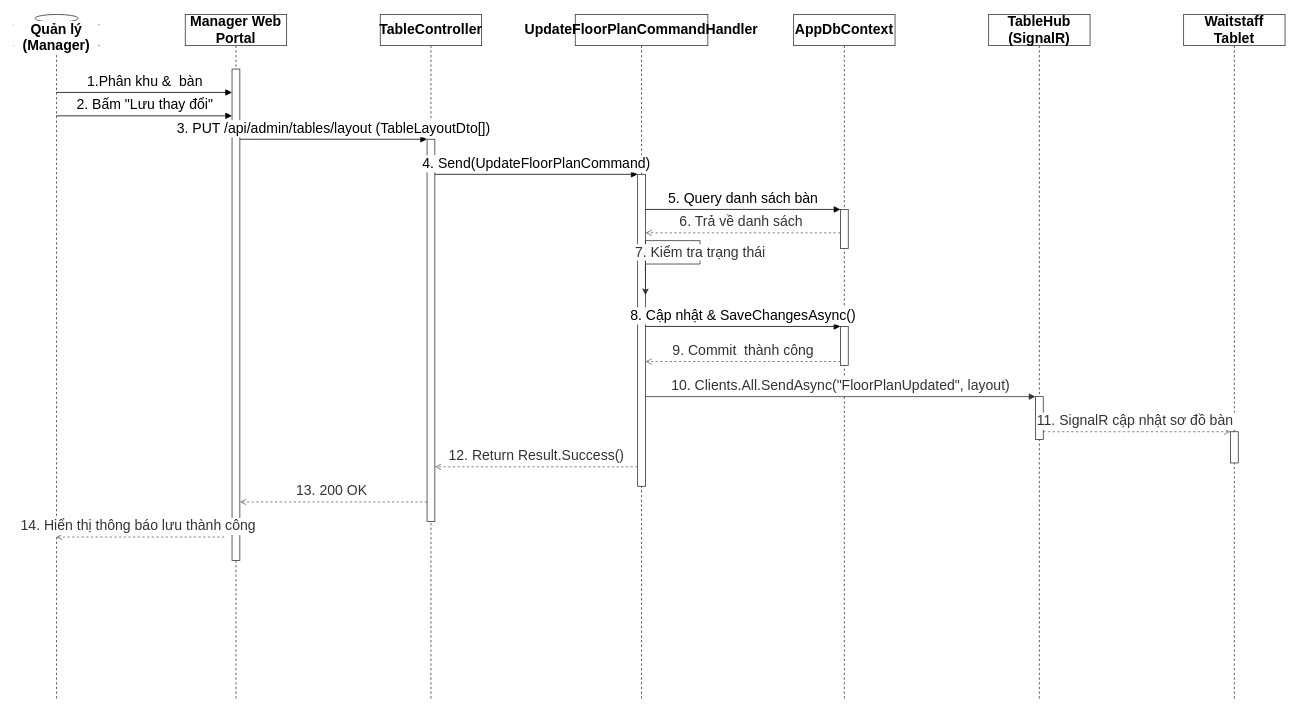
AndrewQng/VinDining keeps this draw.io diagram as docs/phase1/drawio/sd08_floor_plan.drawio. Above is the earlier version. Source tidied: cells renumbered, new cells numbered last; positions are measured from the earlier drawing's top-left corner, leaving out a move shared by most shapes. Both pictures are drawn from the tidied source at 78%, with x=0, y=0 at pixel (13, 14).
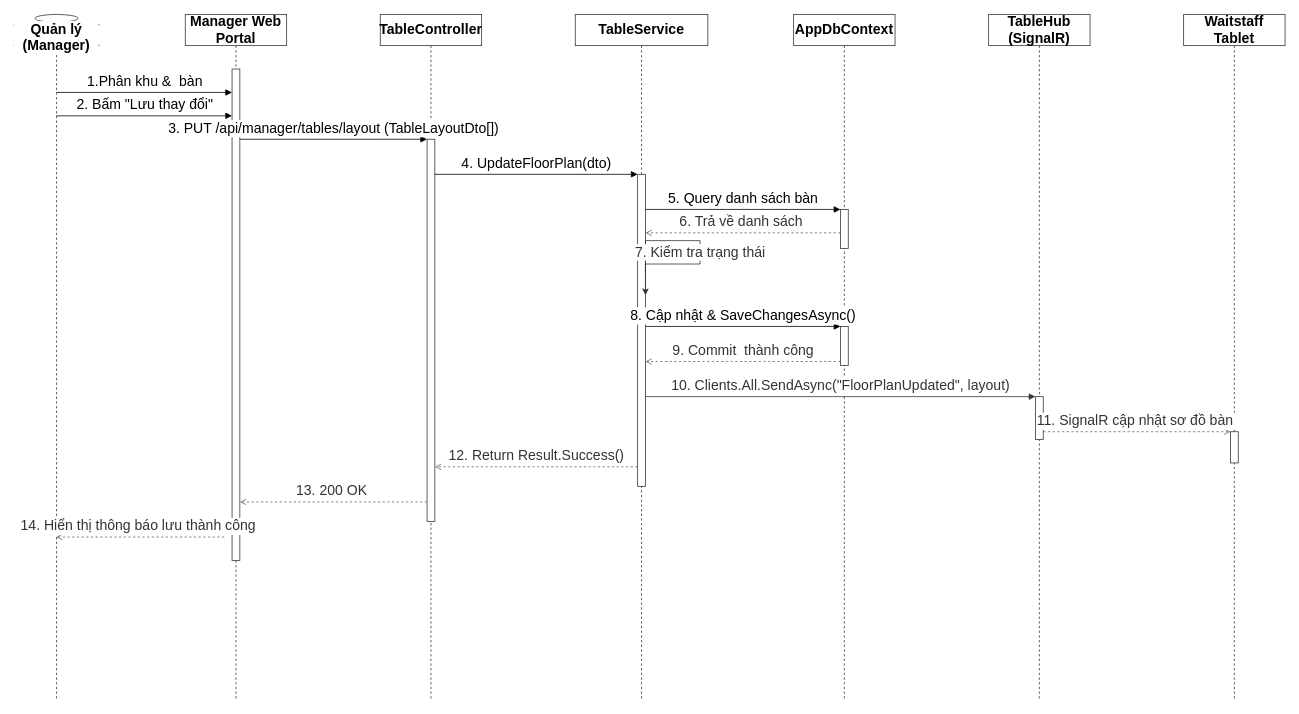
After the change.

Unchanged cells that the change refers to:
```xml
<mxCell id="4" style="html=1;points=[];perimeter=orthogonalPerimeter;outlineConnect=0;fillColor=#ffffff;strokeColor=#333333;fontSize=18;" parent="3" vertex="1">
  <mxGeometry x="60" y="70" width="10" height="630" as="geometry" />
</mxCell>
<mxCell id="6" style="html=1;points=[];perimeter=orthogonalPerimeter;outlineConnect=0;fillColor=#ffffff;strokeColor=#333333;fontSize=18;" parent="5" vertex="1">
  <mxGeometry x="60" y="160" width="10" height="490" as="geometry" />
</mxCell>
<mxCell id="8" style="html=1;points=[];perimeter=orthogonalPerimeter;outlineConnect=0;fillColor=#ffffff;strokeColor=#333333;fontSize=18;" parent="7" vertex="1">
  <mxGeometry x="80" y="205" width="10" height="400" as="geometry" />
</mxCell>
```

The edit, as a diff of the source:
```diff
@@
-    <mxCell id="7" value="UpdateFloorPlanCommandHandler" style="shape=umlLifeline;perimeter=lifelinePerimeter;whiteSpace=wrap;html=1;size=40;fontSize=18;fontStyle=1;fillColor=#ffffff;strokeColor=#333333;" parent="1" vertex="1">
+    <mxCell id="7" value="TableService" style="shape=umlLifeline;perimeter=lifelinePerimeter;whiteSpace=wrap;html=1;size=40;fontSize=18;fontStyle=1;fillColor=#ffffff;strokeColor=#333333;" parent="1" vertex="1">
       <mxGeometry x="720" width="170" height="880" as="geometry" />
     </mxCell>
@@
-    <mxCell id="18" value="3. PUT /api/admin/tables/layout (TableLayoutDto[])" style="html=1;verticalAlign=bottom;endArrow=block;curved=0;rounded=0;exitX=1;exitY=0.1429;entryX=0;entryY=0.0000;fontSize=18;" parent="1" edge="1" source="4" target="6">
+    <mxCell id="18" value="3. PUT /api/manager/tables/layout (TableLayoutDto[])" style="html=1;verticalAlign=bottom;endArrow=block;curved=0;rounded=0;exitX=1;exitY=0.1429;entryX=0;entryY=0.0000;fontSize=18;" parent="1" edge="1" source="4" target="6">
       <mxGeometry relative="1" as="geometry" />
     </mxCell>
-    <mxCell id="19" value="4. Send(UpdateFloorPlanCommand)" style="html=1;verticalAlign=bottom;endArrow=block;curved=0;rounded=0;exitX=1;exitY=0.0918;entryX=0;entryY=0.0000;fontSize=18;" parent="1" edge="1" source="6" target="8">
+    <mxCell id="19" value="4. UpdateFloorPlan(dto)" style="html=1;verticalAlign=bottom;endArrow=block;curved=0;rounded=0;exitX=1;exitY=0.0918;entryX=0;entryY=0.0000;fontSize=18;" parent="1" edge="1" source="6" target="8">
       <mxGeometry relative="1" as="geometry" />
     </mxCell>
```
